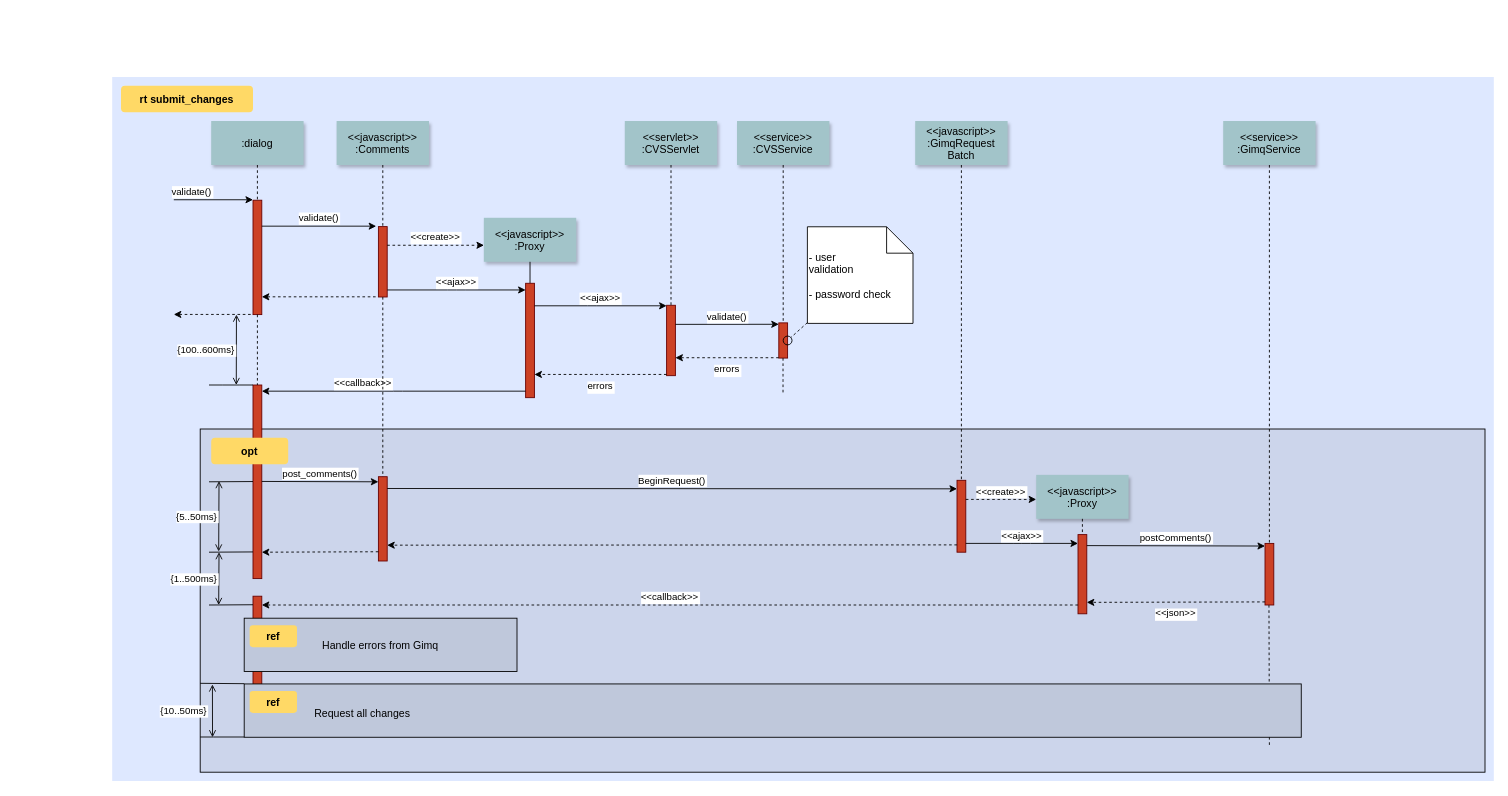
The draw.io diagram img/茶叶生产活动图.drawio in Z-zu-guang/Z-zu-guang.github.io, before the edit. Source tidied: cells renumbered, new cells numbered last; positions are measured from the earlier drawing's top-left corner, leaving out a move shared by most shapes. Both pictures are drawn from the tidied source at 88%, with x=0, y=0 at pixel (112, 77).
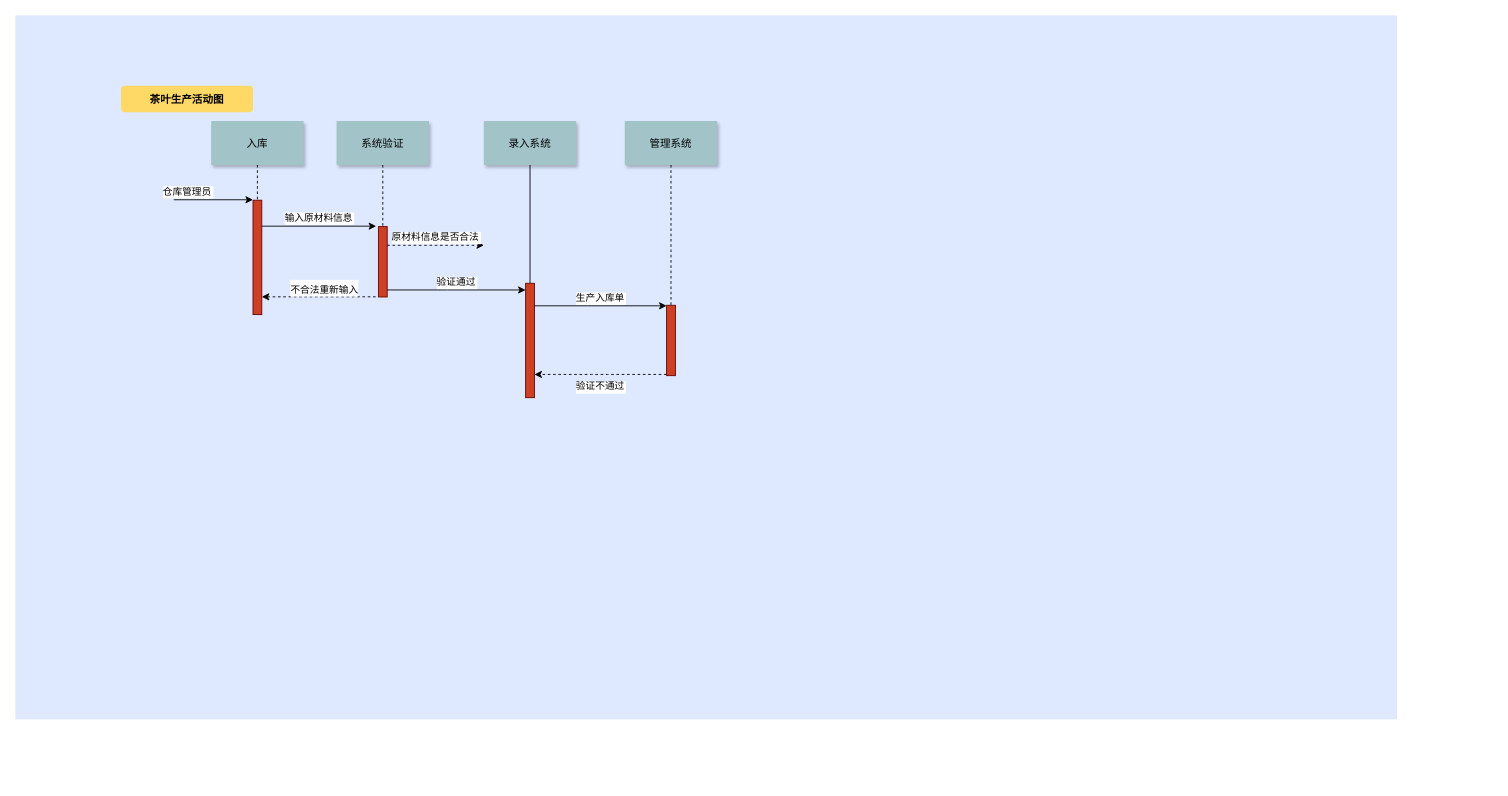
Above is the later version.

Commit message:
更新茶叶生产活动图.drawio

The change refers to these unchanged cells:
```xml
<mxCell id="5" style="fillColor=#CC4125;strokeColor=#660000;" parent="1" vertex="1">
  <mxGeometry x="160" y="140" width="10" height="130" as="geometry" />
</mxCell>
<mxCell id="8" style="fillColor=#CC4125;strokeColor=#660000;" parent="1" vertex="1">
  <mxGeometry x="302.5" y="170" width="10" height="80" as="geometry" />
</mxCell>
<mxCell id="12" style="edgeStyle=none;verticalLabelPosition=top;verticalAlign=bottom;endArrow=none;startArrow=classic;dashed=1;" parent="1" edge="1">
  <mxGeometry x="220" y="172.3" as="geometry">
    <mxPoint x="170" y="249.8" as="sourcePoint" />
    <mxPoint x="300" y="249.8" as="targetPoint" />
  </mxGeometry>
</mxCell>
<mxCell id="17" style="fillColor=#CC4125;strokeColor=#660000;" parent="1" vertex="1">
  <mxGeometry x="469.8" y="234.4" width="10" height="130" as="geometry" />
</mxCell>
<mxCell id="19" style="fillColor=#CC4125;strokeColor=#660000;" parent="1" vertex="1">
  <mxGeometry x="630" y="259.4" width="10" height="80" as="geometry" />
</mxCell>
```

What changed in the source:
```diff
@@
-    <mxCell id="2" style="fillColor=#DEE8FF;strokeColor=none;" parent="1" vertex="1">
-      <mxGeometry width="1570" height="800" as="geometry" />
+    <mxCell id="2" value="&#10;&#10;" style="fillColor=#DEE8FF;strokeColor=none;" parent="1" vertex="1">
+      <mxGeometry x="-110" y="-70" width="1570" height="800" as="geometry" />
     </mxCell>
-    <mxCell id="3" style="fillColor=#CCD5EB;" parent="1" vertex="1">
-      <mxGeometry x="100" y="400" width="1460" height="390" as="geometry" />
-    </mxCell>
-    <mxCell id="4" style="edgeStyle=elbowEdgeStyle;elbow=horizontal;endArrow=none;dashed=1;" parent="1" edge="1">
-      <mxGeometry x="1460" y="437.9" as="geometry">
-        <mxPoint x="1314.5" y="600" as="sourcePoint" />
-        <mxPoint x="1314.5" y="760" as="targetPoint" />
-      </mxGeometry>
-    </mxCell>
@@
-    <mxCell id="6" value="validate()" style="edgeStyle=none;verticalLabelPosition=top;verticalAlign=bottom;labelPosition=left;align=right;" parent="1" edge="1">
+    <mxCell id="6" value="仓库管理员" style="edgeStyle=none;verticalLabelPosition=top;verticalAlign=bottom;labelPosition=left;align=right;" parent="1" edge="1">
       <mxGeometry x="110" y="49.5" as="geometry">
         <mxPoint x="70" y="139.5" as="sourcePoint" />
         <mxPoint x="160" y="139.5" as="targetPoint" />
       </mxGeometry>
     </mxCell>
-    <mxCell id="7" value=":dialog" style="shadow=1;fillColor=#A2C4C9;strokeColor=none;" parent="1" vertex="1">
+    <mxCell id="7" value="入库" style="shadow=1;fillColor=#A2C4C9;strokeColor=none;" parent="1" vertex="1">
       <mxGeometry x="112.5" y="50" width="105" height="50" as="geometry" />
     </mxCell>
@@
-    <mxCell id="9" value="&lt;&lt;javascript&gt;&gt;&#10;:Comments" style="shadow=1;fillColor=#A2C4C9;strokeColor=none;" parent="1" vertex="1">
+    <mxCell id="9" value="系统验证" style="shadow=1;fillColor=#A2C4C9;strokeColor=none;" parent="1" vertex="1">
       <mxGeometry x="255" y="50" width="105" height="50" as="geometry" />
     </mxCell>
@@
-    <mxCell id="11" value="validate()" style="edgeStyle=none;verticalLabelPosition=top;verticalAlign=bottom;" parent="1" edge="1">
+    <mxCell id="11" value="输入原材料信息" style="edgeStyle=none;verticalLabelPosition=top;verticalAlign=bottom;" parent="1" edge="1">
       <mxGeometry x="220" y="92" as="geometry">
         <mxPoint x="170" y="169.5" as="sourcePoint" />
         <mxPoint x="300" y="169.5" as="targetPoint" />
       </mxGeometry>
     </mxCell>
@@
-    <mxCell id="13" style="edgeStyle=none;verticalLabelPosition=top;verticalAlign=bottom;labelPosition=left;align=right;endArrow=none;startArrow=classic;dashed=1;" parent="1" edge="1">
-      <mxGeometry x="110" y="179.8" as="geometry">
-        <mxPoint x="70" y="269.8" as="sourcePoint" />
-        <mxPoint x="160" y="269.8" as="targetPoint" />
-      </mxGeometry>
-    </mxCell>
+    <mxCell id="75" value="&lt;font style=&quot;font-size: 11px;&quot;&gt;不合法重新输入&lt;/font&gt;" style="edgeLabel;html=1;align=center;verticalAlign=middle;fontSize=16;" parent="12" vertex="1">
+      <mxGeometry relative="1" as="geometry">
+        <mxPoint x="5" y="-10" as="offset" />
+      </mxGeometry>
+    </mxCell>
-    <mxCell id="14" value="&lt;&lt;create&gt;&gt;" style="edgeStyle=none;verticalLabelPosition=top;verticalAlign=bottom;dashed=1;" parent="1" edge="1">
+    <mxCell id="14" value="原材料信息是否合法" style="edgeStyle=none;verticalLabelPosition=top;verticalAlign=bottom;dashed=1;" parent="1" edge="1">
       <mxGeometry x="385.5" y="113.9" as="geometry">
         <mxPoint x="312.5" y="191.2" as="sourcePoint" />
         <mxPoint x="422.5" y="191.2" as="targetPoint" />
       </mxGeometry>
     </mxCell>
-    <mxCell id="15" value="&lt;&lt;javascript&gt;&gt;&#10;:Proxy" style="shadow=1;fillColor=#A2C4C9;strokeColor=none;" parent="1" vertex="1">
-      <mxGeometry x="422.3" y="160" width="105" height="50" as="geometry" />
+    <mxCell id="15" value="录入系统" style="shadow=1;fillColor=#A2C4C9;strokeColor=none;" parent="1" vertex="1">
+      <mxGeometry x="422.3" y="50" width="105" height="50" as="geometry" />
     </mxCell>
@@
-    <mxCell id="18" value="&lt;&lt;ajax&gt;&gt;" style="edgeStyle=elbowEdgeStyle;elbow=vertical;verticalLabelPosition=top;verticalAlign=bottom;" parent="1" edge="1" source="8" target="17">
-      <mxGeometry x="350" y="290" as="geometry" />
+    <mxCell id="18" value="验证通过" style="edgeStyle=elbowEdgeStyle;elbow=vertical;verticalLabelPosition=top;verticalAlign=bottom;" parent="1" edge="1" source="8" target="17">
+      <mxGeometry as="geometry" />
     </mxCell>
@@
-    <mxCell id="20" value="&lt;&lt;servlet&gt;&gt;&#10;:CVSServlet" style="shadow=1;fillColor=#A2C4C9;strokeColor=none;" parent="1" vertex="1">
+    <mxCell id="20" value="管理系统" style="shadow=1;fillColor=#A2C4C9;strokeColor=none;" parent="1" vertex="1">
       <mxGeometry x="582.5" y="50" width="105" height="50" as="geometry" />
     </mxCell>
@@
-    <mxCell id="22" value="&lt;&lt;service&gt;&gt;&#10;:CVSService" style="shadow=1;fillColor=#A2C4C9;strokeColor=none;" parent="1" vertex="1">
-      <mxGeometry x="710" y="50" width="105" height="50" as="geometry" />
-    </mxCell>
-    <mxCell id="23" style="edgeStyle=none;endArrow=none;dashed=1;" parent="1" edge="1" source="22" target="24">
-      <mxGeometry x="727.3" y="165" as="geometry" />
-    </mxCell>
-    <mxCell id="24" style="fillColor=#CC4125;strokeColor=#660000;" parent="1" vertex="1">
-      <mxGeometry x="757.5" y="279.4" width="10" height="40" as="geometry" />
-    </mxCell>
-    <mxCell id="25" value="&lt;&lt;ajax&gt;&gt;" style="edgeStyle=elbowEdgeStyle;elbow=vertical;verticalLabelPosition=top;verticalAlign=bottom;" parent="1" edge="1" source="17" target="19">
-      <mxGeometry x="540" y="270" as="geometry">
+    <mxCell id="25" value="生产入库单" style="edgeStyle=elbowEdgeStyle;elbow=vertical;verticalLabelPosition=top;verticalAlign=bottom;" parent="1" edge="1" source="17" target="19">
+      <mxGeometry as="geometry">
         <Array as="points">
           <mxPoint x="550" y="260" />
         </Array>
       </mxGeometry>
     </mxCell>
-    <mxCell id="26" value="errors" style="edgeStyle=elbowEdgeStyle;elbow=vertical;dashed=1;verticalLabelPosition=bottom;verticalAlign=top;" parent="1" edge="1" source="19" target="17">
+    <mxCell id="26" value="验证不通过" style="edgeStyle=elbowEdgeStyle;elbow=vertical;dashed=1;verticalLabelPosition=bottom;verticalAlign=top;" parent="1" edge="1" source="19" target="17">
       <mxGeometry x="550" y="280" as="geometry">
         <Array as="points">
           <mxPoint x="553" y="338" />
         </Array>
       </mxGeometry>
     </mxCell>
-    <mxCell id="27" value="&lt;&lt;javascript&gt;&gt;&#10;:GimqRequest&#10;Batch" style="shadow=1;fillColor=#A2C4C9;strokeColor=none;" parent="1" vertex="1">
-      <mxGeometry x="912.5" y="50" width="105" height="50" as="geometry" />
-    </mxCell>
@@
-    <mxCell id="29" value="validate()" style="edgeStyle=elbowEdgeStyle;elbow=vertical;verticalLabelPosition=top;verticalAlign=bottom;" parent="1" edge="1">
-      <mxGeometry x="550" y="261.7" as="geometry">
-        <mxPoint x="640" y="281.1" as="sourcePoint" />
-        <mxPoint x="757.5" y="281.1" as="targetPoint" />
-      </mxGeometry>
-    </mxCell>
-    <mxCell id="30" value="errors" style="edgeStyle=elbowEdgeStyle;elbow=vertical;dashed=1;verticalLabelPosition=bottom;verticalAlign=top;" parent="1" edge="1">
-      <mxGeometry x="560" y="309.7" as="geometry">
-        <mxPoint x="757.5" y="319" as="sourcePoint" />
-        <mxPoint x="640" y="319" as="targetPoint" />
-      </mxGeometry>
-    </mxCell>
-    <mxCell id="31" style="edgeStyle=elbowEdgeStyle;elbow=horizontal;endArrow=none;dashed=1;" parent="1" edge="1">
-      <mxGeometry x="932.3" y="240" as="geometry">
-        <mxPoint x="762.3" y="319.4" as="sourcePoint" />
-        <mxPoint x="762.3" y="360" as="targetPoint" />
-        <Array as="points">
-          <mxPoint x="762.3" y="340" />
-        </Array>
-      </mxGeometry>
-    </mxCell>
-    <mxCell id="32" style="ellipse;fillColor=none;" parent="1" vertex="1">
-      <mxGeometry x="762.5" y="294.4" width="10" height="10" as="geometry" />
-    </mxCell>
-    <mxCell id="33" value=" - user&#10; validation&#10;&#10; - password check" style="shape=note;align=left;" parent="1" vertex="1">
-      <mxGeometry x="790" y="170.2" width="120" height="109.8" as="geometry" />
-    </mxCell>
-    <mxCell id="34" style="edgeStyle=none;endArrow=none;dashed=1;" parent="1" edge="1" source="33" target="32">
-      <mxGeometry x="1030" y="180" as="geometry" />
-    </mxCell>
-    <mxCell id="35" style="fillColor=#CC4125;strokeColor=#660000;" parent="1" vertex="1">
-      <mxGeometry x="160" y="350" width="10" height="220" as="geometry" />
-    </mxCell>
-    <mxCell id="36" value="             &lt;&lt;callback&gt;&gt;                                " style="edgeStyle=elbowEdgeStyle;elbow=vertical;dashed=0;verticalLabelPosition=top;verticalAlign=bottom;align=right;" parent="1" edge="1" source="17" target="35">
-      <mxGeometry x="190" y="329.8" as="geometry" />
-    </mxCell>
-    <mxCell id="37" style="edgeStyle=none;dashed=1;endArrow=none;" parent="1" edge="1" source="5" target="35">
-      <mxGeometry x="50" y="300" as="geometry" />
-    </mxCell>
-    <mxCell id="38" style="edgeStyle=elbowEdgeStyle;elbow=vertical;endArrow=none;" parent="1" edge="1" source="35">
-      <mxGeometry x="60" y="310" as="geometry">
-        <mxPoint x="110" y="350" as="targetPoint" />
-      </mxGeometry>
-    </mxCell>
-    <mxCell id="39" value="{100..600ms}" style="edgeStyle=elbowEdgeStyle;elbow=horizontal;startArrow=open;endArrow=open;labelPosition=left;align=right;" parent="1" edge="1">
-      <mxGeometry x="61.2" y="290" as="geometry">
-        <mxPoint x="141.2" y="270" as="sourcePoint" />
-        <mxPoint x="141.2" y="350" as="targetPoint" />
-      </mxGeometry>
-    </mxCell>
-    <mxCell id="40" style="fillColor=#CC4125;strokeColor=#660000;" parent="1" vertex="1">
-      <mxGeometry x="302.5" y="454.2" width="10" height="95.8" as="geometry" />
-    </mxCell>
-    <mxCell id="41" style="fillColor=#CC4125;strokeColor=#660000;" parent="1" vertex="1">
-      <mxGeometry x="960" y="458.3" width="10" height="81.7" as="geometry" />
-    </mxCell>
-    <mxCell id="42" style="edgeStyle=none;endArrow=none;dashed=1;" parent="1" edge="1" source="27" target="41">
-      <mxGeometry x="956.6" y="205" as="geometry" />
-    </mxCell>
-    <mxCell id="43" value="post_comments()" style="edgeStyle=elbowEdgeStyle;elbow=vertical;verticalLabelPosition=top;verticalAlign=bottom;" parent="1" edge="1">
-      <mxGeometry x="212.5" y="469.6" as="geometry">
-        <mxPoint x="170" y="459.6" as="sourcePoint" />
-        <mxPoint x="302.5" y="459.6" as="targetPoint" />
-      </mxGeometry>
-    </mxCell>
-    <mxCell id="44" style="edgeStyle=none;endArrow=none;dashed=1;" parent="1" edge="1" source="8" target="40">
-      <mxGeometry x="376.6" y="339.7" as="geometry" />
-    </mxCell>
-    <mxCell id="45" value="BeginRequest()" style="edgeStyle=elbowEdgeStyle;elbow=vertical;verticalLabelPosition=top;verticalAlign=bottom;" parent="1" edge="1">
-      <mxGeometry x="530" y="436.8" as="geometry">
-        <mxPoint x="312.5" y="467.6" as="sourcePoint" />
-        <mxPoint x="960" y="467.6" as="targetPoint" />
-      </mxGeometry>
-    </mxCell>
-    <mxCell id="46" style="edgeStyle=elbowEdgeStyle;elbow=vertical;dashed=1;verticalLabelPosition=bottom;verticalAlign=top;" parent="1" edge="1">
-      <mxGeometry x="530" y="549.1" as="geometry">
-        <mxPoint x="960" y="531.7" as="sourcePoint" />
-        <mxPoint x="312.5" y="531.7" as="targetPoint" />
-      </mxGeometry>
-    </mxCell>
-    <mxCell id="47" value="&lt;&lt;javascript&gt;&gt;&#10;:Proxy" style="shadow=1;fillColor=#A2C4C9;strokeColor=none;" parent="1" vertex="1">
-      <mxGeometry x="1050" y="452.1" width="105" height="50" as="geometry" />
-    </mxCell>
-    <mxCell id="48" style="edgeStyle=none;endArrow=none;dashed=1;" parent="1" edge="1" source="47" target="49">
-      <mxGeometry x="1204.1" y="380.1" as="geometry" />
-    </mxCell>
-    <mxCell id="49" style="fillColor=#CC4125;strokeColor=#660000;" parent="1" vertex="1">
-      <mxGeometry x="1097.5" y="520" width="10" height="90" as="geometry" />
-    </mxCell>
-    <mxCell id="50" style="fillColor=#CC4125;strokeColor=#660000;" parent="1" vertex="1">
-      <mxGeometry x="1310" y="530" width="10" height="70" as="geometry" />
-    </mxCell>
-    <mxCell id="51" value="&lt;&lt;create&gt;&gt;" style="edgeStyle=elbowEdgeStyle;elbow=vertical;verticalLabelPosition=top;verticalAlign=bottom;dashed=1;" parent="1" edge="1" source="41" target="47">
-      <mxGeometry x="901.2" y="322.5" as="geometry" />
-    </mxCell>
-    <mxCell id="52" value="&lt;&lt;ajax&gt;&gt;" style="edgeStyle=elbowEdgeStyle;elbow=vertical;verticalLabelPosition=top;verticalAlign=bottom;" parent="1" edge="1" source="41" target="49">
-      <mxGeometry x="1065" y="359.5" as="geometry" />
-    </mxCell>
-    <mxCell id="53" value="postComments()" style="edgeStyle=elbowEdgeStyle;elbow=vertical;verticalLabelPosition=top;verticalAlign=bottom;" parent="1" edge="1">
-      <mxGeometry x="1225" y="309.5" as="geometry">
-        <mxPoint x="1107.5" y="532.5" as="sourcePoint" />
-        <mxPoint x="1310" y="532.5" as="targetPoint" />
-      </mxGeometry>
-    </mxCell>
-    <mxCell id="54" value="&lt;&lt;json&gt;&gt;" style="edgeStyle=elbowEdgeStyle;elbow=vertical;dashed=1;verticalLabelPosition=bottom;verticalAlign=top;" parent="1" edge="1">
-      <mxGeometry x="1075" y="396" as="geometry">
-        <mxPoint x="1310" y="596.5" as="sourcePoint" />
-        <mxPoint x="1107.5" y="596.5" as="targetPoint" />
-      </mxGeometry>
-    </mxCell>
-    <mxCell id="55" value="&lt;&lt;service&gt;&gt;&#10;:GimqService" style="shadow=1;fillColor=#A2C4C9;strokeColor=none;" parent="1" vertex="1">
-      <mxGeometry x="1262.5" y="50" width="105" height="50" as="geometry" />
-    </mxCell>
-    <mxCell id="56" style="edgeStyle=none;endArrow=none;dashed=1;" parent="1" edge="1" source="55" target="50">
-      <mxGeometry x="1174.1" y="210" as="geometry" />
-    </mxCell>
-    <mxCell id="57" style="fillColor=#CC4125;strokeColor=#660000;" parent="1" vertex="1">
-      <mxGeometry x="160" y="590" width="10" height="130" as="geometry" />
-    </mxCell>
-    <mxCell id="58" style="edgeStyle=elbowEdgeStyle;elbow=vertical;dashed=1;verticalLabelPosition=bottom;verticalAlign=top;" parent="1" edge="1">
-      <mxGeometry x="507.5" y="664.3" as="geometry">
-        <mxPoint x="302.5" y="539.5" as="sourcePoint" />
-        <mxPoint x="170" y="539.5" as="targetPoint" />
-      </mxGeometry>
-    </mxCell>
-    <mxCell id="59" value="&lt;&lt;callback&gt;&gt;" style="edgeStyle=elbowEdgeStyle;elbow=vertical;dashed=1;verticalLabelPosition=bottom;verticalAlign=bottom;" parent="1" edge="1" source="49" target="57">
-      <mxGeometry x="540" y="559.1" as="geometry" />
-    </mxCell>
-    <mxCell id="60" value="rt submit_changes" style="rounded=1;fontStyle=1;fillColor=#FFD966;strokeColor=none;" parent="1" vertex="1">
+    <mxCell id="60" value="茶叶生产活动图" style="rounded=1;fontStyle=1;fillColor=#FFD966;strokeColor=none;" parent="1" vertex="1">
       <mxGeometry x="10" y="10" width="150" height="30" as="geometry" />
     </mxCell>
-    <mxCell id="61" value="opt" style="rounded=1;fontStyle=1;fillColor=#FFD966;strokeColor=none;" parent="1" vertex="1">
-      <mxGeometry x="112.5" y="410" width="87.5" height="30" as="geometry" />
-    </mxCell>
-    <mxCell id="62" value="Handle errors from Gimq" style="fillColor=#BFC8DB;" parent="1" vertex="1">
-      <mxGeometry x="150" y="615" width="310" height="60.6" as="geometry" />
-    </mxCell>
-    <mxCell id="63" value="ref" style="rounded=1;fontStyle=1;fillColor=#FFD966;strokeColor=none;" parent="1" vertex="1">
-      <mxGeometry x="156.2" y="622.9" width="53.8" height="25" as="geometry" />
-    </mxCell>
-    <mxCell id="64" style="align=left;fillColor=#BFC8DB;" parent="1" vertex="1">
-      <mxGeometry x="150" y="689.7" width="1201.2" height="60.6" as="geometry" />
-    </mxCell>
-    <mxCell id="65" value="ref" style="rounded=1;fontStyle=1;fillColor=#FFD966;strokeColor=none;" parent="1" vertex="1">
-      <mxGeometry x="156.2" y="697.6" width="53.8" height="25" as="geometry" />
-    </mxCell>
-    <mxCell id="66" value="Request all changes" style="text;align=left;" parent="1" vertex="1">
-      <mxGeometry x="228.1" y="710.1" width="351.8" height="26" as="geometry" />
-    </mxCell>
-    <mxCell id="67" style="edgeStyle=elbowEdgeStyle;elbow=vertical;endArrow=none;" parent="1" edge="1">
-      <mxGeometry x="60" y="419.7" as="geometry">
-        <mxPoint x="160" y="459.7" as="sourcePoint" />
-        <mxPoint x="110" y="459.7" as="targetPoint" />
-      </mxGeometry>
-    </mxCell>
-    <mxCell id="68" style="edgeStyle=elbowEdgeStyle;elbow=vertical;endArrow=none;" parent="1" edge="1">
-      <mxGeometry x="60" y="499.7" as="geometry">
-        <mxPoint x="160" y="539.7" as="sourcePoint" />
-        <mxPoint x="110" y="539.7" as="targetPoint" />
-      </mxGeometry>
-    </mxCell>
-    <mxCell id="69" style="edgeStyle=elbowEdgeStyle;elbow=vertical;endArrow=none;" parent="1" edge="1">
-      <mxGeometry x="60" y="559.7" as="geometry">
-        <mxPoint x="160" y="599.7" as="sourcePoint" />
-        <mxPoint x="110" y="599.7" as="targetPoint" />
-      </mxGeometry>
-    </mxCell>
-    <mxCell id="70" style="edgeStyle=elbowEdgeStyle;elbow=vertical;endArrow=none;" parent="1" edge="1">
-      <mxGeometry x="50" y="649.4" as="geometry">
-        <mxPoint x="150" y="689.4" as="sourcePoint" />
-        <mxPoint x="100" y="689.4" as="targetPoint" />
-      </mxGeometry>
-    </mxCell>
-    <mxCell id="71" style="edgeStyle=elbowEdgeStyle;elbow=vertical;endArrow=none;" parent="1" edge="1">
-      <mxGeometry x="50" y="710" as="geometry">
-        <mxPoint x="150" y="750" as="sourcePoint" />
-        <mxPoint x="100" y="750" as="targetPoint" />
-      </mxGeometry>
-    </mxCell>
-    <mxCell id="72" value="{5..50ms}" style="edgeStyle=elbowEdgeStyle;elbow=horizontal;startArrow=open;endArrow=open;labelPosition=left;align=right;" parent="1" edge="1">
-      <mxGeometry x="41.4" y="479.2" as="geometry">
-        <mxPoint x="121.4" y="459.2" as="sourcePoint" />
-        <mxPoint x="121.4" y="539.2" as="targetPoint" />
-      </mxGeometry>
-    </mxCell>
-    <mxCell id="73" value="{1..500ms}" style="edgeStyle=elbowEdgeStyle;elbow=horizontal;startArrow=open;endArrow=open;labelPosition=left;align=right;" parent="1" edge="1">
-      <mxGeometry x="42.9" y="560" as="geometry">
-        <mxPoint x="121.4" y="540" as="sourcePoint" />
-        <mxPoint x="121.4" y="600" as="targetPoint" />
-      </mxGeometry>
-    </mxCell>
-    <mxCell id="74" value="{10..50ms}" style="edgeStyle=elbowEdgeStyle;elbow=horizontal;startArrow=open;endArrow=open;labelPosition=left;align=right;" parent="1" edge="1">
-      <mxGeometry as="geometry">
-        <mxPoint x="113.9" y="690.3" as="sourcePoint" />
-        <mxPoint x="113.9" y="750.3" as="targetPoint" />
-        <mxPoint x="-4.2" y="-0.3" as="offset" />
-      </mxGeometry>
-    </mxCell>
```
